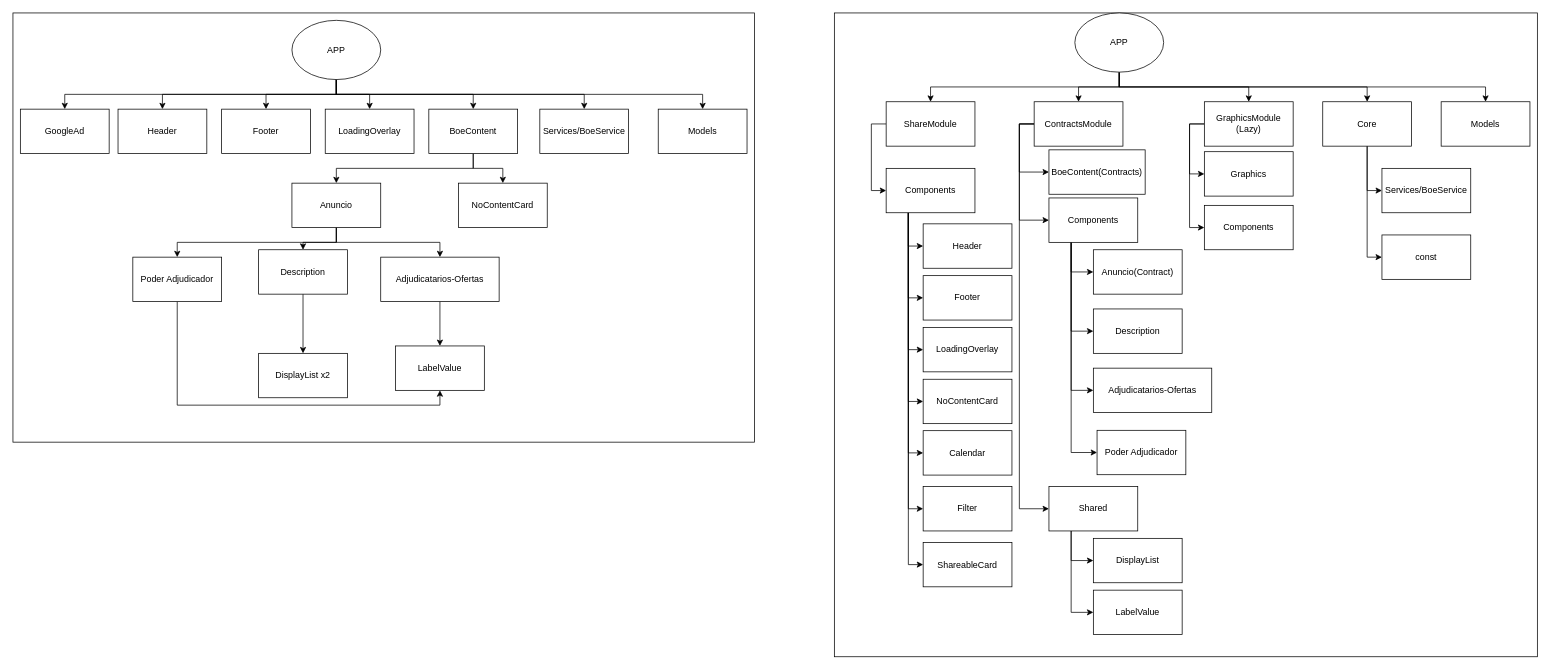
Earlier version of the draw.io diagram documentation/frontend-structure.drawio (iru97/nuestrodinero-frontend). Source tidied: cells renumbered, new cells numbered last; positions are measured from the earlier drawing's top-left corner, leaving out a move shared by most shapes. Both pictures are drawn from the tidied source at 74%, with x=0, y=0 at pixel (13, 13).
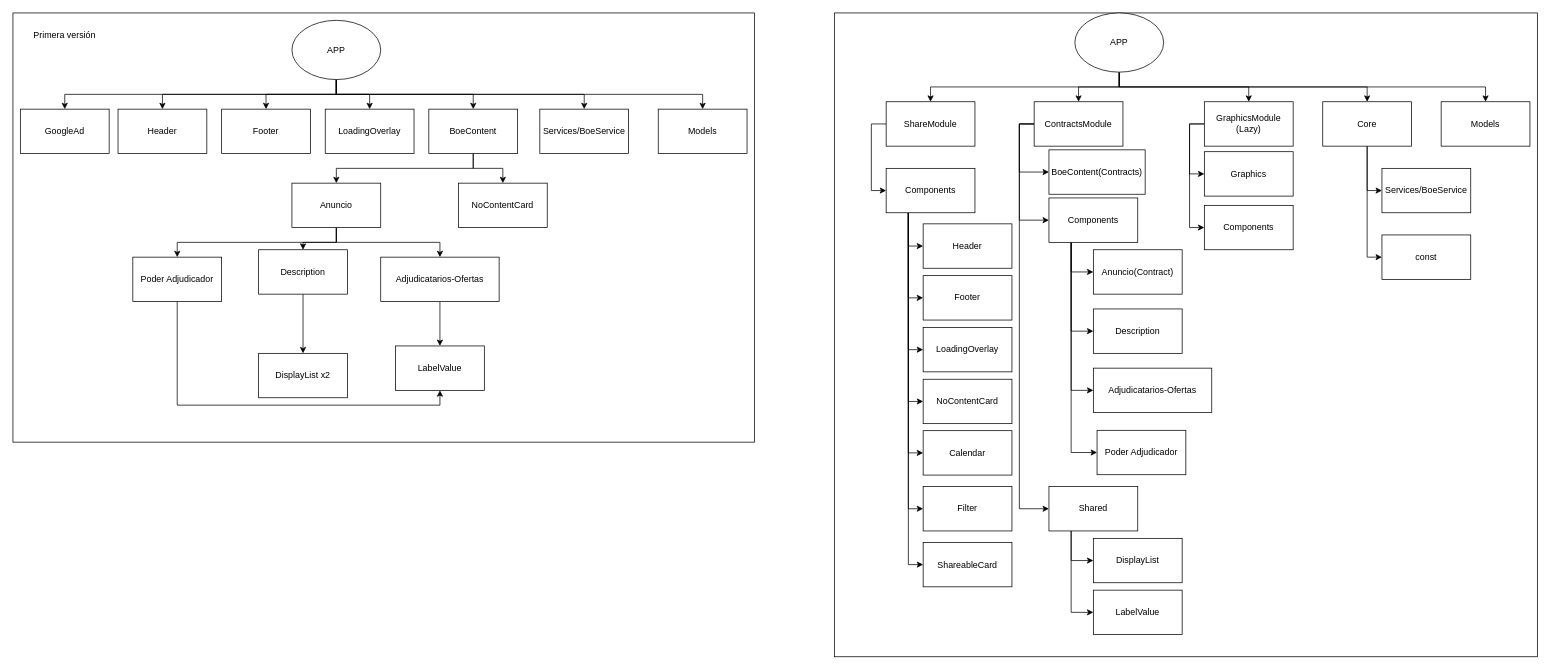
Above is the later version.

Diff of the diagram source:
```diff
@@
+    <mxCell id="88" value="Primera versión" style="text;html=1;strokeColor=none;fillColor=none;align=center;verticalAlign=middle;whiteSpace=wrap;rounded=0;" parent="1" vertex="1">
+      <mxGeometry x="20" y="20" width="100" height="20" as="geometry" />
+    </mxCell>
```
